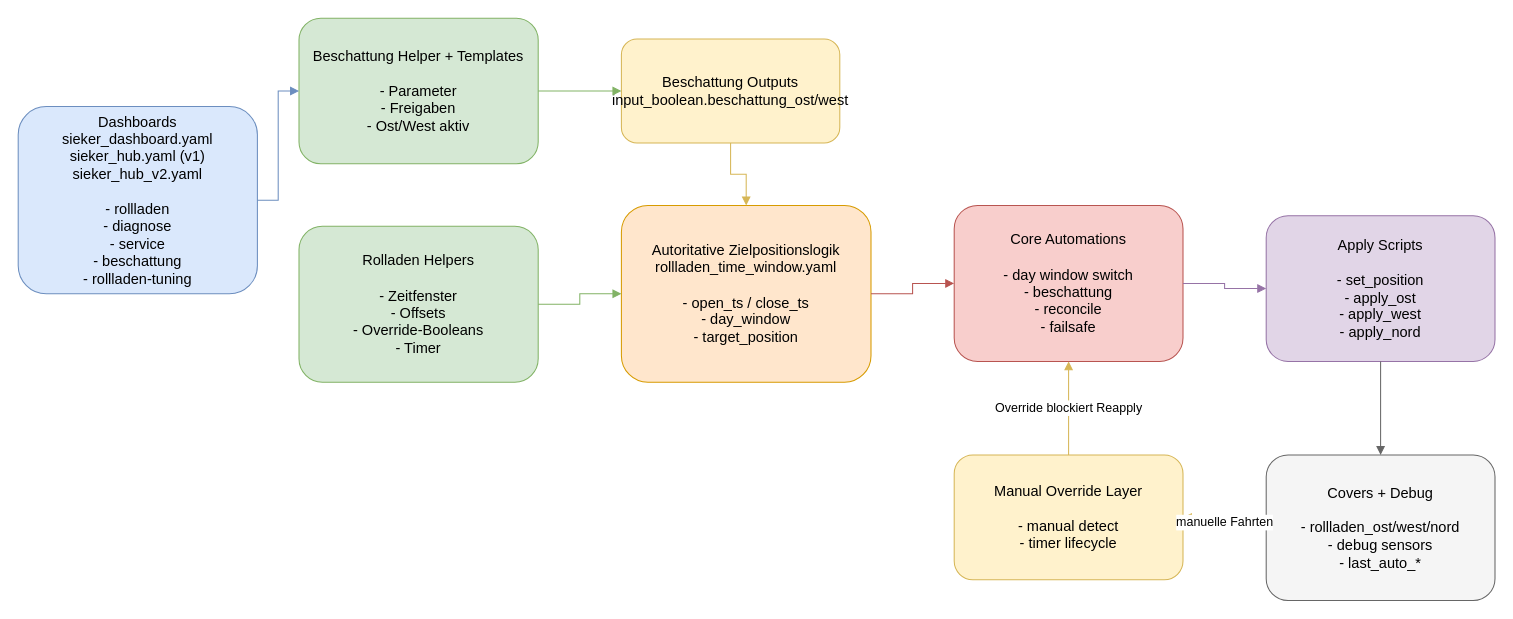
The draw.io diagram page "Gesamtuebersicht" (1 of 3) of _ha_dokumentation/shutter/shutter_app_flows.drawio in treviris53/Codex, before the edit. Source tidied: cells renumbered, new cells numbered last; positions are measured from the earlier drawing's top-left corner, leaving out a move shared by most shapes. Both pictures are drawn from the tidied source at 104%, with x=0, y=0 at pixel (18, 18).
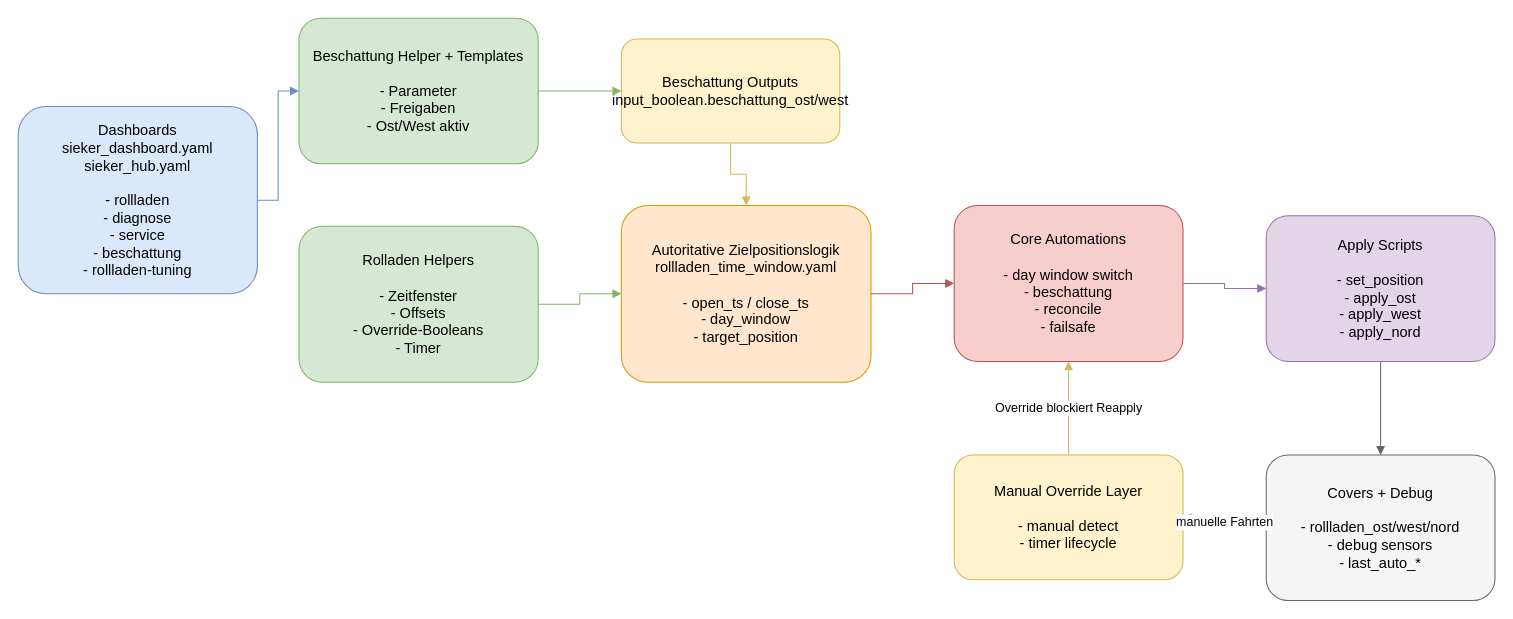
The same diagram, later.

Commit message (it also covers changes not shown here):
Introduce consolidated Sieker Hub dashboard and align documentation

Diff of the diagram source:
```diff
@@
 <mxGraphModel>
   <root>
     <mxCell id="0" />
     <mxCell id="1" parent="0" />
-    <mxCell id="2" value="Dashboards&#10;sieker_dashboard.yaml&#10;sieker_hub.yaml (v1)&#10;sieker_hub_v2.yaml&#10;&#10;- rollladen&#10;- diagnose&#10;- service&#10;- beschattung&#10;- rollladen-tuning" style="rounded=1;whiteSpace=wrap;html=1;fillColor=#dae8fc;strokeColor=#6c8ebf;fontSize=14;" parent="1" vertex="1">
+    <mxCell id="2" value="Dashboards&#10;sieker_dashboard.yaml&#10;sieker_hub.yaml&#10;&#10;- rollladen&#10;- diagnose&#10;- service&#10;- beschattung&#10;- rollladen-tuning" style="rounded=1;whiteSpace=wrap;html=1;fillColor=#dae8fc;strokeColor=#6c8ebf;fontSize=14;" parent="1" vertex="1">
       <mxGeometry y="85" width="230" height="180" as="geometry" />
     </mxCell>
     <mxCell id="3" value="Beschattung Helper + Templates&#10;&#10;- Parameter&#10;- Freigaben&#10;- Ost/West aktiv" style="rounded=1;whiteSpace=wrap;html=1;fillColor=#d5e8d4;strokeColor=#82b366;fontSize=14;" parent="1" vertex="1">
       <mxGeometry x="270" width="230" height="140" as="geometry" />
     </mxCell>
     <mxCell id="4" value="Beschattung Outputs&#10;input_boolean.beschattung_ost/west" style="rounded=1;whiteSpace=wrap;html=1;fillColor=#fff2cc;strokeColor=#d6b656;fontSize=14;" parent="1" vertex="1">
       <mxGeometry x="580" y="20" width="210" height="100" as="geometry" />
     </mxCell>
     <mxCell id="5" value="Rolladen Helpers&#10;&#10;- Zeitfenster&#10;- Offsets&#10;- Override-Booleans&#10;- Timer" style="rounded=1;whiteSpace=wrap;html=1;fillColor=#d5e8d4;strokeColor=#82b366;fontSize=14;" parent="1" vertex="1">
       <mxGeometry x="270" y="200" width="230" height="150" as="geometry" />
     </mxCell>
     <mxCell id="6" value="Autoritative Zielpositionslogik&#10;rollladen_time_window.yaml&#10;&#10;- open_ts / close_ts&#10;- day_window&#10;- target_position" style="rounded=1;whiteSpace=wrap;html=1;fillColor=#ffe6cc;strokeColor=#d79b00;fontSize=14;" parent="1" vertex="1">
       <mxGeometry x="580" y="180" width="240" height="170" as="geometry" />
     </mxCell>
     <mxCell id="7" value="Core Automations&#10;&#10;- day window switch&#10;- beschattung&#10;- reconcile&#10;- failsafe" style="rounded=1;whiteSpace=wrap;html=1;fillColor=#f8cecc;strokeColor=#b85450;fontSize=14;" parent="1" vertex="1">
       <mxGeometry x="900" y="180" width="220" height="150" as="geometry" />
     </mxCell>
     <mxCell id="8" value="Apply Scripts&#10;&#10;- set_position&#10;- apply_ost&#10;- apply_west&#10;- apply_nord" style="rounded=1;whiteSpace=wrap;html=1;fillColor=#e1d5e7;strokeColor=#9673a6;fontSize=14;" parent="1" vertex="1">
       <mxGeometry x="1200" y="190" width="220" height="140" as="geometry" />
     </mxCell>
     <mxCell id="9" value="Covers + Debug&#10;&#10;- rollladen_ost/west/nord&#10;- debug sensors&#10;- last_auto_*" style="rounded=1;whiteSpace=wrap;html=1;fillColor=#f5f5f5;strokeColor=#666666;fontSize=14;" parent="1" vertex="1">
       <mxGeometry x="1200" y="420" width="220" height="140" as="geometry" />
     </mxCell>
     <mxCell id="10" value="Manual Override Layer&#10;&#10;- manual detect&#10;- timer lifecycle" style="rounded=1;whiteSpace=wrap;html=1;fillColor=#fff2cc;strokeColor=#d6b656;fontSize=14;" parent="1" vertex="1">
       <mxGeometry x="900" y="420" width="220" height="120" as="geometry" />
     </mxCell>
     <mxCell id="11" style="edgeStyle=orthogonalEdgeStyle;rounded=0;html=1;endArrow=block;strokeColor=#6c8ebf;" parent="1" edge="1" source="2" target="3">
       <mxGeometry relative="1" as="geometry" />
     </mxCell>
     <mxCell id="12" style="edgeStyle=orthogonalEdgeStyle;rounded=0;html=1;endArrow=block;strokeColor=#82b366;" parent="1" edge="1" source="3" target="4">
       <mxGeometry relative="1" as="geometry" />
     </mxCell>
     <mxCell id="13" style="edgeStyle=orthogonalEdgeStyle;rounded=0;html=1;endArrow=block;strokeColor=#82b366;" parent="1" edge="1" source="5" target="6">
       <mxGeometry relative="1" as="geometry" />
     </mxCell>
     <mxCell id="14" style="edgeStyle=orthogonalEdgeStyle;rounded=0;html=1;endArrow=block;strokeColor=#d6b656;" parent="1" edge="1" source="4" target="6">
       <mxGeometry relative="1" as="geometry" />
     </mxCell>
     <mxCell id="15" style="edgeStyle=orthogonalEdgeStyle;rounded=0;html=1;endArrow=block;strokeColor=#b85450;" parent="1" edge="1" source="6" target="7">
       <mxGeometry relative="1" as="geometry" />
     </mxCell>
     <mxCell id="16" style="edgeStyle=orthogonalEdgeStyle;rounded=0;html=1;endArrow=block;strokeColor=#9673a6;" parent="1" edge="1" source="7" target="8">
       <mxGeometry relative="1" as="geometry" />
     </mxCell>
     <mxCell id="17" style="edgeStyle=orthogonalEdgeStyle;rounded=0;html=1;endArrow=block;strokeColor=#666666;" parent="1" edge="1" source="8" target="9">
       <mxGeometry relative="1" as="geometry" />
     </mxCell>
     <mxCell id="18" value="manuelle Fahrten" style="edgeStyle=orthogonalEdgeStyle;rounded=0;html=1;endArrow=block;strokeColor=#d6b656;fontSize=12;" parent="1" edge="1" source="9" target="10">
       <mxGeometry relative="1" as="geometry" />
     </mxCell>
     <mxCell id="19" value="Override blockiert Reapply" style="edgeStyle=orthogonalEdgeStyle;rounded=0;html=1;endArrow=block;strokeColor=#d6b656;fontSize=12;" parent="1" edge="1" source="10" target="7">
       <mxGeometry relative="1" as="geometry" />
     </mxCell>
   </root>
 </mxGraphModel>
```
